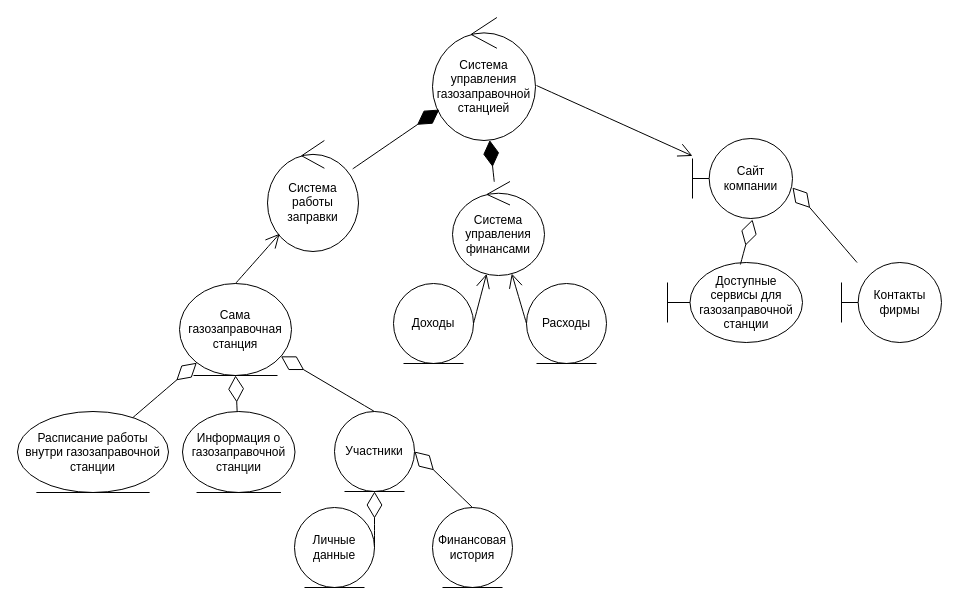
Before: 1.drawio in Helpmepleaseitishard/Aikms, a draw.io diagram. Source tidied: cells renumbered, new cells numbered last; positions are measured from the earlier drawing's top-left corner, leaving out a move shared by most shapes. Both pictures are drawn from the tidied source at 100%, with x=0, y=0 at pixel (17, 17).
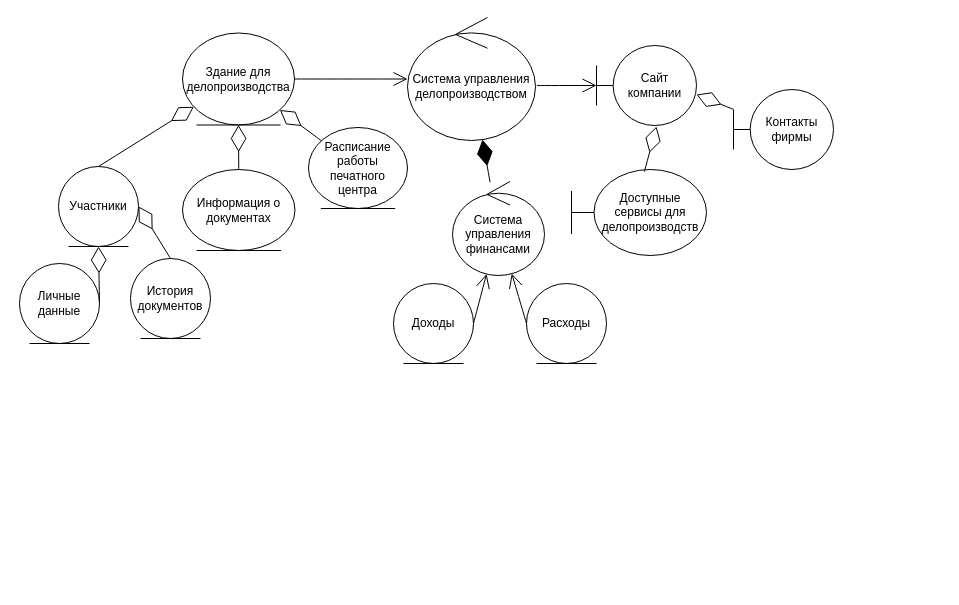
Above is the later version.

The edit, as a diff of the source:
```diff
@@
-    <mxCell id="2" value="Система управления газозаправочной станцией" style="ellipse;shape=umlControl;whiteSpace=wrap;html=1;" parent="1" vertex="1">
-      <mxGeometry x="415" width="103" height="123" as="geometry" />
+    <mxCell id="2" value="Система управления делопроизводством" style="ellipse;shape=umlControl;whiteSpace=wrap;html=1;" parent="1" vertex="1">
+      <mxGeometry x="390" width="128" height="123" as="geometry" />
     </mxCell>
-    <mxCell id="3" value="Система работы заправки" style="ellipse;shape=umlControl;whiteSpace=wrap;html=1;" parent="1" vertex="1">
-      <mxGeometry x="250" y="123" width="91" height="111" as="geometry" />
-    </mxCell>
@@
     <mxCell id="5" value="Сайт компании" style="shape=umlBoundary;whiteSpace=wrap;html=1;" parent="1" vertex="1">
-      <mxGeometry x="675" y="121" width="100" height="80" as="geometry" />
+      <mxGeometry x="579" y="28" width="100" height="80" as="geometry" />
     </mxCell>
@@
-    <mxCell id="8" value="Доступные сервисы для газозаправочной станции" style="shape=umlBoundary;whiteSpace=wrap;html=1;" parent="1" vertex="1">
-      <mxGeometry x="650" y="245" width="135" height="80" as="geometry" />
+    <mxCell id="8" value="Доступные сервисы для делопроизводств" style="shape=umlBoundary;whiteSpace=wrap;html=1;" parent="1" vertex="1">
+      <mxGeometry x="554" y="152" width="135" height="86" as="geometry" />
     </mxCell>
     <mxCell id="9" value="Контакты фирмы" style="shape=umlBoundary;whiteSpace=wrap;html=1;" parent="1" vertex="1">
-      <mxGeometry x="824" y="245" width="100" height="80" as="geometry" />
+      <mxGeometry x="716" y="72" width="100" height="80" as="geometry" />
     </mxCell>
-    <mxCell id="10" value="Сама газозаправочная станция" style="ellipse;shape=umlEntity;whiteSpace=wrap;html=1;" parent="1" vertex="1">
-      <mxGeometry x="162" y="266" width="112" height="92" as="geometry" />
+    <mxCell id="10" value="Здание для делопроизводства" style="ellipse;shape=umlEntity;whiteSpace=wrap;html=1;" parent="1" vertex="1">
+      <mxGeometry x="165" y="15.5" width="112" height="92" as="geometry" />
     </mxCell>
-    <mxCell id="11" value="Расписание работы внутри газозаправочной станции" style="ellipse;shape=umlEntity;whiteSpace=wrap;html=1;" parent="1" vertex="1">
-      <mxGeometry y="394" width="151" height="81" as="geometry" />
+    <mxCell id="11" value="Расписание работы печатного центра" style="ellipse;shape=umlEntity;whiteSpace=wrap;html=1;" parent="1" vertex="1">
+      <mxGeometry x="291" y="110" width="99" height="81" as="geometry" />
     </mxCell>
-    <mxCell id="12" value="Информация о газозаправочной станции" style="ellipse;shape=umlEntity;whiteSpace=wrap;html=1;" parent="1" vertex="1">
-      <mxGeometry x="165" y="394" width="112.5" height="81" as="geometry" />
+    <mxCell id="12" value="Информация о документах" style="ellipse;shape=umlEntity;whiteSpace=wrap;html=1;" parent="1" vertex="1">
+      <mxGeometry x="165" y="152" width="112.5" height="81" as="geometry" />
     </mxCell>
     <mxCell id="13" value="Участники" style="ellipse;shape=umlEntity;whiteSpace=wrap;html=1;" parent="1" vertex="1">
-      <mxGeometry x="317" y="394" width="80" height="80" as="geometry" />
+      <mxGeometry x="41" y="149" width="80" height="80" as="geometry" />
     </mxCell>
     <mxCell id="14" value="Личные данные" style="ellipse;shape=umlEntity;whiteSpace=wrap;html=1;" parent="1" vertex="1">
-      <mxGeometry x="277" y="490" width="80" height="80" as="geometry" />
+      <mxGeometry x="2" y="246" width="80" height="80" as="geometry" />
     </mxCell>
-    <mxCell id="15" value="Финансовая история" style="ellipse;shape=umlEntity;whiteSpace=wrap;html=1;" parent="1" vertex="1">
-      <mxGeometry x="415" y="490" width="80" height="80" as="geometry" />
+    <mxCell id="15" value="История документов" style="ellipse;shape=umlEntity;whiteSpace=wrap;html=1;" parent="1" vertex="1">
+      <mxGeometry x="113" y="241" width="80" height="80" as="geometry" />
     </mxCell>
@@
-    <mxCell id="17" style="endArrow=diamondThin;endFill=1;endSize=24;html=1;rounded=0;fontSize=12;curved=1;" parent="1" edge="1" source="3" target="2">
-      <mxGeometry relative="1" as="geometry" />
-    </mxCell>
@@
-    <mxCell id="28" style="endArrow=open;endFill=1;endSize=12;html=1;rounded=0;fontSize=12;curved=1;exitX=0.5;exitY=0;exitDx=0;exitDy=0;" parent="1" edge="1" source="10" target="3">
+    <mxCell id="28" style="endArrow=open;endFill=1;endSize=12;html=1;rounded=0;fontSize=12;curved=1;" parent="1" edge="1" source="10" target="2">
       <mxGeometry relative="1" as="geometry" />
     </mxCell>
```
